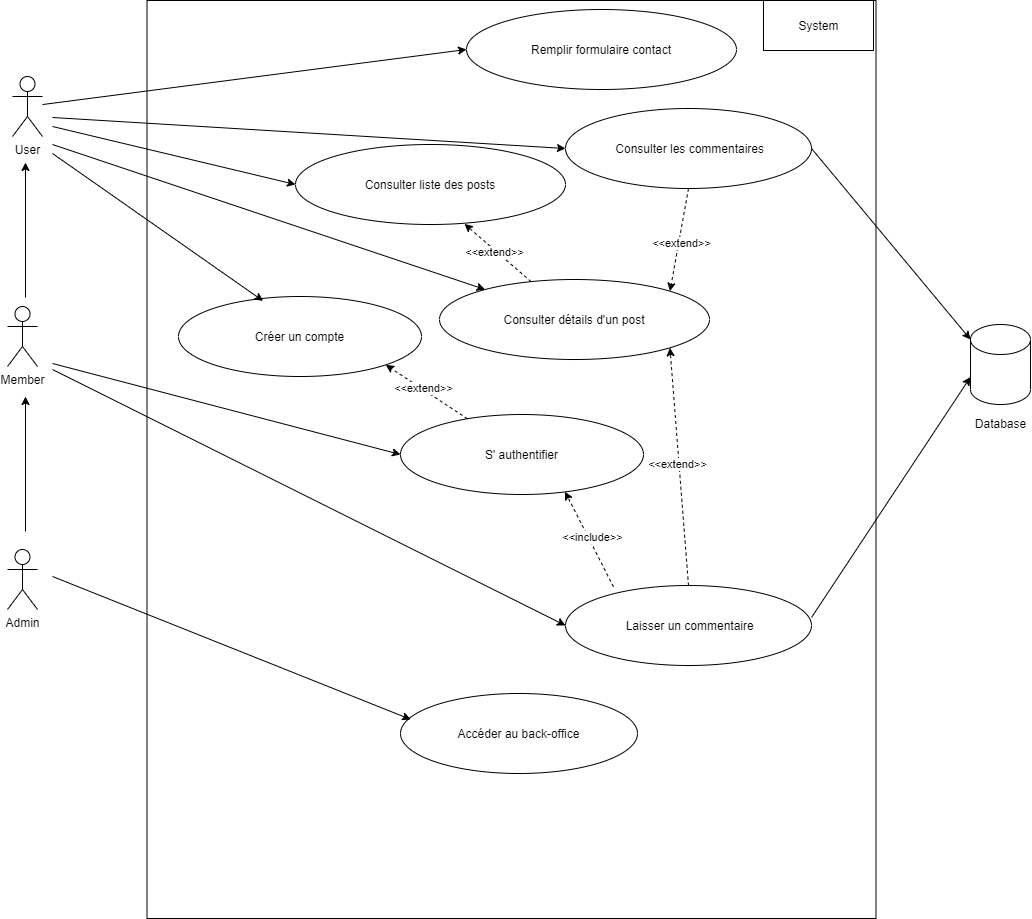
d4rkstrife/My-blog keeps this draw.io diagram as UML/frontoffice.png. Above is the earlier version. Source tidied: cells renumbered, new cells last; positions are measured from the earlier drawing's top-left corner, leaving out a move shared by most shapes.
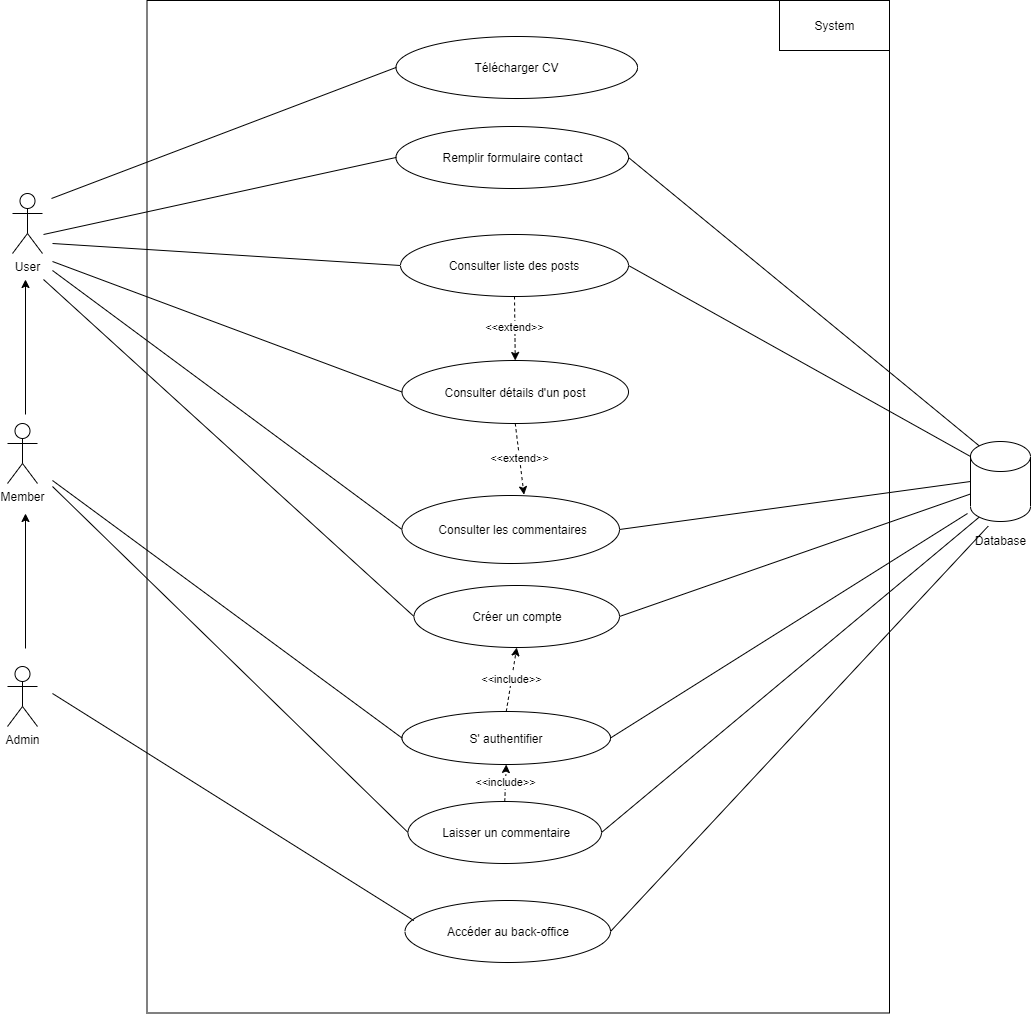
After the change.

Commit message:
Front office usercase update

Diff of the diagram source:
```diff
@@ -24,102 +24,75 @@
       </mxGeometry>
     </mxCell>
     <mxCell id="7" style="rounded=0;whiteSpace=wrap;html=1;" parent="1" vertex="1">
-      <mxGeometry x="139.5" width="729" height="918" as="geometry" />
+      <mxGeometry x="139.5" y="-117" width="742.5" height="1012.5" as="geometry" />
     </mxCell>
     <mxCell id="8" value="Remplir formulaire contact" style="ellipse;whiteSpace=wrap;html=1;" parent="1" vertex="1">
-      <mxGeometry x="459" y="9" width="270" height="80" as="geometry" />
+      <mxGeometry x="388.5" y="9" width="232.5" height="62" as="geometry" />
     </mxCell>
+    <mxCell id="39" value="&amp;lt;&amp;lt;extend&amp;gt;&amp;gt;" style="edgeStyle=none;rounded=0;jettySize=auto;html=1;exitX=0.5;exitY=1;exitDx=0;exitDy=0;entryX=0.561;entryY=-0.012;entryDx=0;entryDy=0;entryPerimeter=0;dashed=1;endSize=6;" parent="1" edge="1" source="9" target="10">
+      <mxGeometry relative="1" as="geometry" />
+    </mxCell>
     <mxCell id="9" value="Consulter détails d'un post" style="ellipse;whiteSpace=wrap;html=1;" parent="1" vertex="1">
-      <mxGeometry x="432" y="279" width="270" height="80" as="geometry" />
+      <mxGeometry x="394.5" y="243" width="226.5" height="63" as="geometry" />
     </mxCell>
     <mxCell id="10" value="&amp;nbsp;Consulter les commentaires" style="ellipse;whiteSpace=wrap;html=1;" parent="1" vertex="1">
-      <mxGeometry x="558" y="108" width="246" height="80" as="geometry" />
+      <mxGeometry x="394.5" y="378" width="217.5" height="68" as="geometry" />
     </mxCell>
-    <mxCell id="11" value="Consulter liste des posts" style="ellipse;whiteSpace=wrap;html=1;" parent="1" vertex="1">
-      <mxGeometry x="288" y="144" width="270" height="80" as="geometry" />
-    </mxCell>
-    <mxCell id="12" style="endArrow=classic;html=1;entryX=0;entryY=0.5;entryDx=0;entryDy=0;" parent="1" edge="1" source="2" target="8">
-      <mxGeometry relative="1" as="geometry" />
+    <mxCell id="12" style="endArrow=none;html=1;entryX=0;entryY=0.5;entryDx=0;entryDy=0;endFill=0;" parent="1" edge="1" target="8">
+      <mxGeometry relative="1" as="geometry">
+        <mxPoint x="36" y="117" as="sourcePoint" />
+      </mxGeometry>
     </mxCell>
-    <mxCell id="13" style="endArrow=classic;html=1;entryX=0;entryY=0.5;entryDx=0;entryDy=0;" parent="1" edge="1" target="11">
+    <mxCell id="13" style="endArrow=none;html=1;entryX=0;entryY=0.5;entryDx=0;entryDy=0;endFill=0;" parent="1" edge="1" target="11">
       <mxGeometry relative="1" as="geometry">
         <mxPoint x="45" y="126" as="sourcePoint" />
       </mxGeometry>
     </mxCell>
-    <mxCell id="14" style="endArrow=classic;html=1;" parent="1" edge="1" target="9">
+    <mxCell id="14" style="endArrow=none;html=1;entryX=0;entryY=0.5;entryDx=0;entryDy=0;endFill=0;" parent="1" edge="1" target="9">
       <mxGeometry relative="1" as="geometry">
         <mxPoint x="45" y="144" as="sourcePoint" />
       </mxGeometry>
     </mxCell>
+    <mxCell id="28" value="&amp;lt;&amp;lt;include&amp;gt;&amp;gt;" style="edgeStyle=none;rounded=0;jettySize=auto;html=1;exitX=0.5;exitY=0;exitDx=0;exitDy=0;entryX=0.5;entryY=1;entryDx=0;entryDy=0;dashed=1;endSize=6;" parent="1" edge="1" source="15" target="22">
+      <mxGeometry relative="1" as="geometry" />
+    </mxCell>
     <mxCell id="15" value="&amp;nbsp;Laisser un commentaire" style="ellipse;whiteSpace=wrap;html=1;" parent="1" vertex="1">
-      <mxGeometry x="558" y="585" width="246" height="80" as="geometry" />
+      <mxGeometry x="400.5" y="684" width="193.5" height="62" as="geometry" />
     </mxCell>
-    <mxCell id="16" style="endArrow=classic;html=1;entryX=0;entryY=0.5;entryDx=0;entryDy=0;" parent="1" edge="1" target="10">
-      <mxGeometry relative="1" as="geometry">
-        <mxPoint x="45" y="117" as="sourcePoint" />
-      </mxGeometry>
-    </mxCell>
-    <mxCell id="17" style="endArrow=classic;html=1;entryX=0;entryY=0.5;entryDx=0;entryDy=0;" parent="1" edge="1" target="15">
+    <mxCell id="17" style="endArrow=none;html=1;entryX=0;entryY=0.5;entryDx=0;entryDy=0;endFill=0;" parent="1" edge="1" target="15">
       <mxGeometry relative="1" as="geometry">
         <mxPoint x="45" y="369" as="sourcePoint" />
       </mxGeometry>
     </mxCell>
-    <mxCell id="18" style="endArrow=classic;html=1;dashed=1;entryX=1;entryY=1;entryDx=0;entryDy=0;exitX=0.5;exitY=0;exitDx=0;exitDy=0;" parent="1" edge="1" source="15" target="9">
-      <mxGeometry relative="1" as="geometry" />
-    </mxCell>
-    <mxCell id="19" value="&amp;lt;&amp;lt;extend&amp;gt;&amp;gt;" style="edgeLabel;html=1;align=center;verticalAlign=middle;" parent="18" vertex="1">
-      <mxGeometry x="0.03" y="2" relative="1" as="geometry" />
-    </mxCell>
-    <mxCell id="20" style="endArrow=classic;html=1;dashed=1;entryX=0.626;entryY=0.993;entryDx=0;entryDy=0;entryPerimeter=0;" parent="1" edge="1" source="9" target="11">
-      <mxGeometry relative="1" as="geometry" />
-    </mxCell>
-    <mxCell id="21" value="&amp;lt;&amp;lt;extend&amp;gt;&amp;gt;" style="edgeLabel;html=1;align=center;verticalAlign=middle;" parent="20" vertex="1">
-      <mxGeometry x="0.06" y="2" relative="1" as="geometry" />
-    </mxCell>
+    <mxCell id="26" value="&amp;lt;&amp;lt;include&amp;gt;&amp;gt;" style="edgeStyle=none;rounded=0;jettySize=auto;html=1;exitX=0.5;exitY=0;exitDx=0;exitDy=0;entryX=0.5;entryY=1;entryDx=0;entryDy=0;dashed=1;endSize=6;" parent="1" edge="1" source="22" target="24">
+      <mxGeometry relative="1" as="geometry" />
+    </mxCell>
     <mxCell id="22" value="S' authentifier" style="ellipse;whiteSpace=wrap;html=1;" parent="1" vertex="1">
-      <mxGeometry x="393" y="414" width="243" height="80" as="geometry" />
+      <mxGeometry x="394.5" y="594" width="208.5" height="53" as="geometry" />
     </mxCell>
-    <mxCell id="23" style="endArrow=classic;html=1;entryX=0;entryY=0.5;entryDx=0;entryDy=0;" parent="1" edge="1" target="22">
+    <mxCell id="23" style="endArrow=none;html=1;entryX=0;entryY=0.5;entryDx=0;entryDy=0;endFill=0;" parent="1" edge="1" target="22">
       <mxGeometry relative="1" as="geometry">
         <mxPoint x="45" y="363" as="sourcePoint" />
       </mxGeometry>
     </mxCell>
     <mxCell id="24" value="Créer un compte" style="ellipse;whiteSpace=wrap;html=1;" parent="1" vertex="1">
-      <mxGeometry x="171" y="296" width="243" height="80" as="geometry" />
+      <mxGeometry x="406.5" y="468" width="205.5" height="62" as="geometry" />
     </mxCell>
-    <mxCell id="25" style="endArrow=classic;html=1;entryX=0.348;entryY=0.055;entryDx=0;entryDy=0;entryPerimeter=0;" parent="1" edge="1" target="24">
+    <mxCell id="25" style="endArrow=none;html=1;entryX=0;entryY=0.5;entryDx=0;entryDy=0;endFill=0;" parent="1" edge="1" target="24">
       <mxGeometry relative="1" as="geometry">
-        <mxPoint x="45" y="153" as="sourcePoint" />
+        <mxPoint x="36" y="162" as="sourcePoint" />
       </mxGeometry>
     </mxCell>
-    <mxCell id="26" style="endArrow=classic;html=1;entryX=1;entryY=1;entryDx=0;entryDy=0;dashed=1;" parent="1" edge="1" source="22" target="24">
-      <mxGeometry relative="1" as="geometry" />
-    </mxCell>
-    <mxCell id="27" value="&amp;lt;&amp;lt;extend&amp;gt;&amp;gt;" style="edgeLabel;html=1;align=center;verticalAlign=middle;" parent="26" vertex="1">
-      <mxGeometry x="0.11" y="-1" relative="1" as="geometry" />
-    </mxCell>
-    <mxCell id="28" style="endArrow=classic;html=1;entryX=0.677;entryY=0.964;entryDx=0;entryDy=0;entryPerimeter=0;exitX=0.195;exitY=0.017;exitDx=0;exitDy=0;exitPerimeter=0;dashed=1;" parent="1" edge="1" source="15" target="22">
-      <mxGeometry relative="1" as="geometry" />
-    </mxCell>
-    <mxCell id="29" value="&amp;lt;&amp;lt;include&amp;gt;&amp;gt;" style="edgeLabel;html=1;align=center;verticalAlign=middle;" parent="28" vertex="1">
-      <mxGeometry x="0.01" y="-3" relative="1" as="geometry" />
-    </mxCell>
     <mxCell id="30" value="Accéder au back-office" style="ellipse;whiteSpace=wrap;html=1;" parent="1" vertex="1">
-      <mxGeometry x="393" y="693" width="237" height="80" as="geometry" />
+      <mxGeometry x="397.5" y="783" width="205.5" height="62" as="geometry" />
     </mxCell>
-    <mxCell id="31" style="endArrow=classic;html=1;entryX=0.043;entryY=0.324;entryDx=0;entryDy=0;entryPerimeter=0;" parent="1" edge="1" target="30">
+    <mxCell id="31" style="endArrow=none;html=1;entryX=0.043;entryY=0.324;entryDx=0;entryDy=0;entryPerimeter=0;endFill=0;" parent="1" edge="1" target="30">
       <mxGeometry relative="1" as="geometry">
         <mxPoint x="45" y="576" as="sourcePoint" />
       </mxGeometry>
     </mxCell>
-    <mxCell id="32" style="endArrow=classic;html=1;dashed=1;entryX=1;entryY=0;entryDx=0;entryDy=0;exitX=0.5;exitY=1;exitDx=0;exitDy=0;" parent="1" edge="1" source="10" target="9">
-      <mxGeometry relative="1" as="geometry" />
-    </mxCell>
-    <mxCell id="33" value="&amp;lt;&amp;lt;extend&amp;gt;&amp;gt;" style="edgeLabel;html=1;align=center;verticalAlign=middle;" parent="32" vertex="1">
-      <mxGeometry x="0.06" y="2" relative="1" as="geometry" />
-    </mxCell>
     <mxCell id="34" value="System" style="html=1;" parent="1" vertex="1">
-      <mxGeometry x="756" width="110" height="50" as="geometry" />
+      <mxGeometry x="772" y="-117" width="110" height="50" as="geometry" />
     </mxCell>
     <mxCell id="35" style="shape=cylinder3;whiteSpace=wrap;html=1;boundedLbl=1;backgroundOutline=1;size=15;" parent="1" vertex="1">
       <mxGeometry x="963" y="324" width="60" height="80" as="geometry" />
@@ -127,13 +100,49 @@
     <mxCell id="36" value="Database" style="text;html=1;align=center;verticalAlign=middle;strokeColor=none;" parent="1" vertex="1">
       <mxGeometry x="961.5" y="414" width="63" height="18" as="geometry" />
     </mxCell>
-    <mxCell id="37" style="endArrow=classic;html=1;rounded=0;entryX=0;entryY=0;entryDx=0;entryDy=52.5;entryPerimeter=0;" parent="1" edge="1" target="35">
-      <mxGeometry relative="1" as="geometry">
-        <mxPoint x="804" y="617" as="sourcePoint" />
-      </mxGeometry>
+    <mxCell id="37" style="endArrow=none;html=1;rounded=1;entryX=0;entryY=0;entryDx=0;entryDy=52.5;entryPerimeter=0;exitX=1;exitY=0.5;exitDx=0;exitDy=0;endFill=0;" parent="1" edge="1" source="24" target="35">
+      <mxGeometry relative="1" as="geometry" />
     </mxCell>
-    <mxCell id="38" style="endArrow=classic;html=1;rounded=0;entryX=0;entryY=0;entryDx=0;entryDy=15;entryPerimeter=0;exitX=1;exitY=0.5;exitDx=0;exitDy=0;" parent="1" edge="1" source="10" target="35">
+    <mxCell id="38" style="endArrow=none;html=1;rounded=1;entryX=0;entryY=0.5;entryDx=0;entryDy=0;entryPerimeter=0;exitX=1;exitY=0.5;exitDx=0;exitDy=0;endFill=0;" parent="1" edge="1" source="10" target="35">
       <mxGeometry relative="1" as="geometry" />
     </mxCell>
+    <mxCell id="40" value="&amp;lt;&amp;lt;extend&amp;gt;&amp;gt;" style="edgeStyle=none;rounded=0;jettySize=auto;html=1;exitX=0.5;exitY=1;exitDx=0;exitDy=0;dashed=1;endSize=6;" parent="1" edge="1" source="11" target="9">
+      <mxGeometry relative="1" as="geometry" />
+    </mxCell>
+    <mxCell id="11" value="Consulter liste des posts" style="ellipse;whiteSpace=wrap;html=1;" parent="1" vertex="1">
+      <mxGeometry x="393" y="117" width="228" height="62" as="geometry" />
+    </mxCell>
+    <mxCell id="41" style="endArrow=none;html=1;entryX=0;entryY=0.5;entryDx=0;entryDy=0;endFill=0;" parent="1" edge="1" target="10">
+      <mxGeometry relative="1" as="geometry">
+        <mxPoint x="45" y="153" as="sourcePoint" />
+      </mxGeometry>
+    </mxCell>
+    <mxCell id="42" style="endArrow=none;html=1;rounded=1;entryX=0.145;entryY=0;entryDx=0;entryDy=4.35;entryPerimeter=0;exitX=1;exitY=0.5;exitDx=0;exitDy=0;endFill=0;" parent="1" edge="1" source="8" target="35">
+      <mxGeometry relative="1" as="geometry" />
+    </mxCell>
+    <mxCell id="43" style="endArrow=none;html=1;rounded=1;entryX=0;entryY=0;entryDx=0;entryDy=15;entryPerimeter=0;exitX=1;exitY=0.5;exitDx=0;exitDy=0;endFill=0;" parent="1" edge="1" source="11" target="35">
+      <mxGeometry relative="1" as="geometry" />
+    </mxCell>
+    <mxCell id="44" style="endArrow=none;html=1;rounded=1;exitX=1;exitY=0.5;exitDx=0;exitDy=0;endFill=0;" parent="1" edge="1" source="22">
+      <mxGeometry relative="1" as="geometry">
+        <mxPoint x="960" y="396" as="targetPoint" />
+      </mxGeometry>
+    </mxCell>
+    <mxCell id="45" style="endArrow=none;html=1;rounded=1;entryX=0.145;entryY=1;entryDx=0;entryDy=-4.35;entryPerimeter=0;exitX=1;exitY=0.5;exitDx=0;exitDy=0;endFill=0;" parent="1" edge="1" source="15" target="35">
+      <mxGeometry relative="1" as="geometry" />
+    </mxCell>
+    <mxCell id="46" value="Télécharger CV" style="ellipse;whiteSpace=wrap;html=1;" parent="1" vertex="1">
+      <mxGeometry x="388.5" y="-81" width="241.5" height="62" as="geometry" />
+    </mxCell>
+    <mxCell id="47" style="endArrow=none;html=1;entryX=0;entryY=0.5;entryDx=0;entryDy=0;endFill=0;" parent="1" edge="1" target="46">
+      <mxGeometry relative="1" as="geometry">
+        <mxPoint x="44" y="81" as="sourcePoint" />
+      </mxGeometry>
+    </mxCell>
+    <mxCell id="48" style="endArrow=none;html=1;rounded=1;entryX=0.145;entryY=1;entryDx=0;entryDy=-4.35;entryPerimeter=0;exitX=1;exitY=0.5;exitDx=0;exitDy=0;endFill=0;" parent="1" edge="1" source="30">
+      <mxGeometry relative="1" as="geometry">
+        <mxPoint x="980.7" y="408.6" as="targetPoint" />
+      </mxGeometry>
+    </mxCell>
   </root>
 </mxGraphModel>
```
